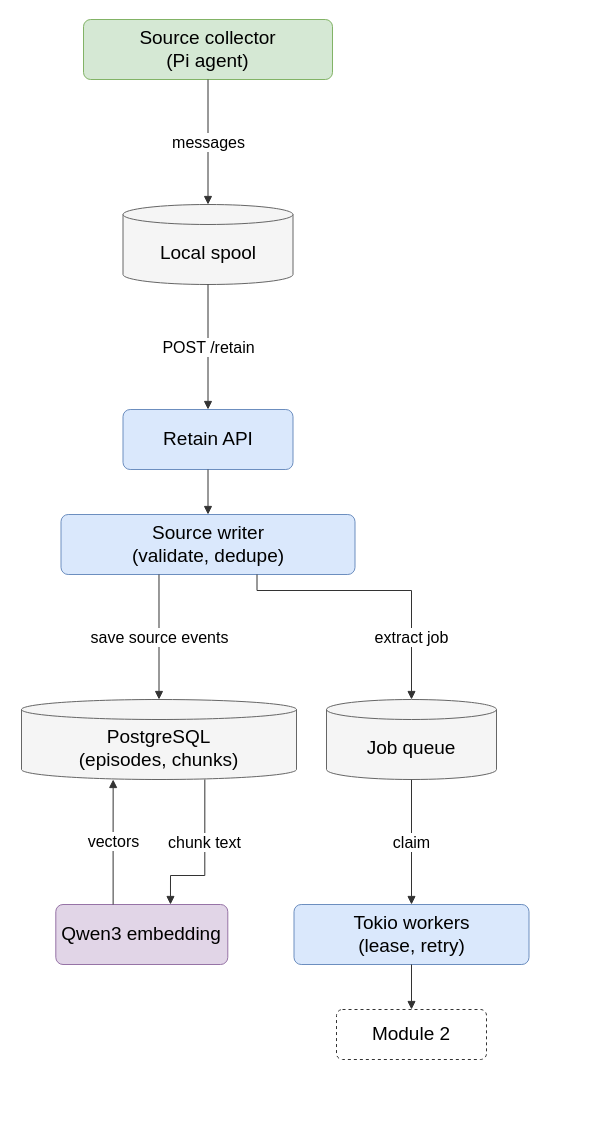
Earlier version of the draw.io diagram report/diagrams/module-1-source-acquisition.drawio (aryaniyaps/sdp-2026). Source tidied: cells renumbered, new cells numbered last; positions are measured from the earlier drawing's top-left corner, leaving out a move shared by most shapes. Both pictures are drawn from the tidied source at 100%, with x=0, y=0 at pixel (21, 19).
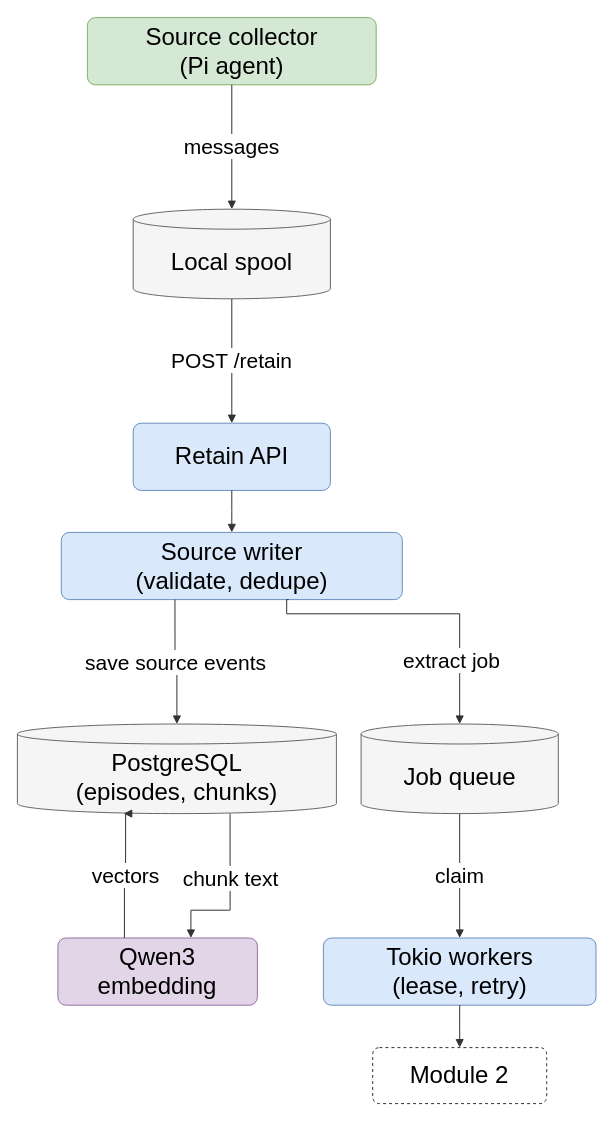
The same page after the edit.

What changed in the source:
```diff
@@
-    <mxCell id="2" value="Source collector&lt;br&gt;(Pi agent)" style="rounded=1;arcSize=12;fillColor=#d5e8d4;strokeColor=#82b366;fontSize=19;fontFamily=Helvetica;whiteSpace=wrap;html=1;" parent="1" vertex="1">
-      <mxGeometry x="62" width="249" height="60" as="geometry" />
+    <mxCell id="2" value="Source collector&lt;br&gt;(Pi agent)" style="rounded=1;arcSize=12;fillColor=#d5e8d4;strokeColor=#82b366;fontSize=24;fontFamily=Helvetica;whiteSpace=wrap;html=1;" parent="1" vertex="1">
+      <mxGeometry x="65.9" y="-1.9" width="288.8" height="67.2" as="geometry" />
     </mxCell>
-    <mxCell id="3" value="Local spool" style="shape=cylinder3;boundedLbl=1;backgroundOutline=1;size=10;fillColor=#f5f5f5;strokeColor=#666666;fontSize=19;fontFamily=Helvetica;whiteSpace=wrap;html=1;" parent="1" vertex="1">
-      <mxGeometry x="101.5" y="185" width="170" height="80" as="geometry" />
+    <mxCell id="3" value="Local spool" style="shape=cylinder3;boundedLbl=1;backgroundOutline=1;size=10;fillColor=#f5f5f5;strokeColor=#666666;fontSize=24;fontFamily=Helvetica;whiteSpace=wrap;html=1;" parent="1" vertex="1">
+      <mxGeometry x="111.7" y="189.7" width="197.2" height="89.6" as="geometry" />
     </mxCell>
-    <mxCell id="4" value="Retain API" style="rounded=1;arcSize=12;fillColor=#dae8fc;strokeColor=#6c8ebf;fontSize=19;fontFamily=Helvetica;whiteSpace=wrap;html=1;" parent="1" vertex="1">
-      <mxGeometry x="101.5" y="390" width="170" height="60" as="geometry" />
+    <mxCell id="4" value="Retain API" style="rounded=1;arcSize=12;fillColor=#dae8fc;strokeColor=#6c8ebf;fontSize=24;fontFamily=Helvetica;whiteSpace=wrap;html=1;" parent="1" vertex="1">
+      <mxGeometry x="111.7" y="403.7" width="197.2" height="67.2" as="geometry" />
     </mxCell>
-    <mxCell id="5" value="Source writer&lt;br&gt;(validate, dedupe)" style="rounded=1;arcSize=12;fillColor=#dae8fc;strokeColor=#6c8ebf;fontSize=19;fontFamily=Helvetica;whiteSpace=wrap;html=1;" parent="1" vertex="1">
-      <mxGeometry x="39.5" y="495" width="294" height="60" as="geometry" />
+    <mxCell id="5" value="Source writer&lt;br&gt;(validate, dedupe)" style="rounded=1;arcSize=12;fillColor=#dae8fc;strokeColor=#6c8ebf;fontSize=24;fontFamily=Helvetica;whiteSpace=wrap;html=1;" parent="1" vertex="1">
+      <mxGeometry x="39.8" y="512.9" width="341" height="67.2" as="geometry" />
     </mxCell>
-    <mxCell id="6" value="PostgreSQL&lt;br&gt;(episodes, chunks)" style="shape=cylinder3;boundedLbl=1;backgroundOutline=1;size=10;fillColor=#f5f5f5;strokeColor=#666666;fontSize=19;fontFamily=Helvetica;whiteSpace=wrap;html=1;" parent="1" vertex="1">
-      <mxGeometry y="680" width="275" height="80" as="geometry" />
+    <mxCell id="6" value="PostgreSQL&lt;br&gt;(episodes, chunks)" style="shape=cylinder3;boundedLbl=1;backgroundOutline=1;size=10;fillColor=#f5f5f5;strokeColor=#666666;fontSize=24;fontFamily=Helvetica;whiteSpace=wrap;html=1;" parent="1" vertex="1">
+      <mxGeometry x="-4.1" y="704.5" width="319" height="89.6" as="geometry" />
     </mxCell>
-    <mxCell id="7" value="Job queue" style="shape=cylinder3;boundedLbl=1;backgroundOutline=1;size=10;fillColor=#f5f5f5;strokeColor=#666666;fontSize=19;fontFamily=Helvetica;whiteSpace=wrap;html=1;" parent="1" vertex="1">
-      <mxGeometry x="305" y="680" width="170" height="80" as="geometry" />
+    <mxCell id="7" value="Job queue" style="shape=cylinder3;boundedLbl=1;backgroundOutline=1;size=10;fillColor=#f5f5f5;strokeColor=#666666;fontSize=24;fontFamily=Helvetica;whiteSpace=wrap;html=1;" parent="1" vertex="1">
+      <mxGeometry x="339.6" y="704.5" width="197.2" height="89.6" as="geometry" />
     </mxCell>
-    <mxCell id="8" value="Qwen3 embedding" style="rounded=1;arcSize=12;fillColor=#e1d5e7;strokeColor=#9673a6;fontSize=19;fontFamily=Helvetica;whiteSpace=wrap;html=1;" parent="1" vertex="1">
-      <mxGeometry x="34.3" y="885" width="172" height="60" as="geometry" />
+    <mxCell id="8" value="Qwen3 embedding" style="rounded=1;arcSize=12;fillColor=#e1d5e7;strokeColor=#9673a6;fontSize=24;fontFamily=Helvetica;whiteSpace=wrap;html=1;" parent="1" vertex="1">
+      <mxGeometry x="36.4" y="918.5" width="199.5" height="67.2" as="geometry" />
     </mxCell>
-    <mxCell id="9" value="Tokio workers&lt;br&gt;(lease, retry)" style="rounded=1;arcSize=12;fillColor=#dae8fc;strokeColor=#6c8ebf;fontSize=19;fontFamily=Helvetica;whiteSpace=wrap;html=1;" parent="1" vertex="1">
-      <mxGeometry x="272.5" y="885" width="235" height="60" as="geometry" />
+    <mxCell id="9" value="Tokio workers&lt;br&gt;(lease, retry)" style="rounded=1;arcSize=12;fillColor=#dae8fc;strokeColor=#6c8ebf;fontSize=24;fontFamily=Helvetica;whiteSpace=wrap;html=1;" parent="1" vertex="1">
+      <mxGeometry x="301.9" y="918.5" width="272.6" height="67.2" as="geometry" />
     </mxCell>
-    <mxCell id="10" value="Module 2" style="rounded=1;arcSize=12;dashed=1;fillColor=#ffffff;strokeColor=#333333;fontSize=19;fontFamily=Helvetica;whiteSpace=wrap;html=1;" parent="1" vertex="1">
-      <mxGeometry x="315" y="990" width="150" height="50" as="geometry" />
+    <mxCell id="10" value="Module 2" style="rounded=1;arcSize=12;dashed=1;fillColor=#ffffff;strokeColor=#333333;fontSize=24;fontFamily=Helvetica;whiteSpace=wrap;html=1;" parent="1" vertex="1">
+      <mxGeometry x="351.2" y="1028.1" width="174" height="56" as="geometry" />
     </mxCell>
-    <mxCell id="11" value="messages" style="rounded=0;html=1;endArrow=block;endFill=1;strokeColor=#333333;fontSize=16;labelBackgroundColor=#ffffff;exitX=0.5;exitY=1;entryX=0.5;entryY=0;edgeStyle=orthogonalEdgeStyle;" parent="1" edge="1" source="2" target="3">
+    <mxCell id="11" value="messages" style="rounded=0;html=1;endArrow=block;endFill=1;strokeColor=#333333;fontSize=21;labelBackgroundColor=#ffffff;exitX=0.5;exitY=1;entryX=0.5;entryY=0;edgeStyle=orthogonalEdgeStyle;" parent="1" edge="1" source="2" target="3">
       <mxGeometry relative="1" as="geometry">
         <Array as="points">
-          <mxPoint x="186.5" y="122.5" />
+          <mxPoint x="210.3" y="127.9" />
         </Array>
       </mxGeometry>
     </mxCell>
-    <mxCell id="12" value="POST /retain" style="rounded=0;html=1;endArrow=block;endFill=1;strokeColor=#333333;fontSize=16;labelBackgroundColor=#ffffff;exitX=0.5;exitY=1;entryX=0.5;entryY=0;edgeStyle=orthogonalEdgeStyle;" parent="1" edge="1" source="3" target="4">
+    <mxCell id="12" value="POST /retain" style="rounded=0;html=1;endArrow=block;endFill=1;strokeColor=#333333;fontSize=21;labelBackgroundColor=#ffffff;exitX=0.5;exitY=1;entryX=0.5;entryY=0;edgeStyle=orthogonalEdgeStyle;" parent="1" edge="1" source="3" target="4">
       <mxGeometry relative="1" as="geometry">
         <Array as="points">
-          <mxPoint x="186.5" y="327.5" />
+          <mxPoint x="210.3" y="341.1" />
         </Array>
       </mxGeometry>
     </mxCell>
-    <mxCell id="13" style="rounded=0;html=1;endArrow=block;endFill=1;strokeColor=#333333;fontSize=16;labelBackgroundColor=#ffffff;exitX=0.5;exitY=1;entryX=0.5;entryY=0;edgeStyle=orthogonalEdgeStyle;" parent="1" edge="1" source="4" target="5">
+    <mxCell id="13" style="rounded=0;html=1;endArrow=block;endFill=1;strokeColor=#333333;fontSize=21;labelBackgroundColor=#ffffff;exitX=0.5;exitY=1;entryX=0.5;entryY=0;edgeStyle=orthogonalEdgeStyle;" parent="1" edge="1" source="4" target="5">
       <mxGeometry relative="1" as="geometry">
         <Array as="points">
-          <mxPoint x="186.5" y="472.5" />
+          <mxPoint x="210.3" y="491.9" />
         </Array>
       </mxGeometry>
     </mxCell>
-    <mxCell id="14" value="save source events" style="rounded=0;html=1;endArrow=block;endFill=1;strokeColor=#333333;fontSize=16;labelBackgroundColor=#ffffff;exitX=0.3333;exitY=1;entryX=0.5;entryY=0;edgeStyle=orthogonalEdgeStyle;" parent="1" edge="1" source="5" target="6">
+    <mxCell id="14" value="save source events" style="rounded=0;html=1;endArrow=block;endFill=1;strokeColor=#333333;fontSize=21;labelBackgroundColor=#ffffff;exitX=0.3333;exitY=1;entryX=0.5;entryY=0;edgeStyle=orthogonalEdgeStyle;" parent="1" edge="1" source="5" target="6">
       <mxGeometry relative="1" as="geometry">
         <Array as="points">
-          <mxPoint x="137.5" y="617.5" />
+          <mxPoint x="155.4" y="642.7" />
         </Array>
       </mxGeometry>
     </mxCell>
-    <mxCell id="15" value="extract job" style="rounded=0;html=1;endArrow=block;endFill=1;strokeColor=#333333;fontSize=16;labelBackgroundColor=#ffffff;exitX=0.6667;exitY=1;entryX=0.5;entryY=0;edgeStyle=orthogonalEdgeStyle;" parent="1" edge="1" source="5" target="7">
+    <mxCell id="15" value="extract job" style="rounded=0;html=1;endArrow=block;endFill=1;strokeColor=#333333;fontSize=21;labelBackgroundColor=#ffffff;exitX=0.6667;exitY=1;entryX=0.5;entryY=0;edgeStyle=orthogonalEdgeStyle;" parent="1" edge="1" source="5" target="7">
       <mxGeometry relative="1" as="geometry">
         <Array as="points">
-          <mxPoint x="235.5" y="571" />
-          <mxPoint x="390" y="571" />
+          <mxPoint x="265.2" y="594.3" />
+          <mxPoint x="438.2" y="594.3" />
         </Array>
         <mxPoint x="30.8" y="46.5" as="offset" />
       </mxGeometry>
     </mxCell>
-    <mxCell id="16" value="chunk text" style="rounded=0;html=1;endArrow=block;endFill=1;strokeColor=#333333;fontSize=16;labelBackgroundColor=#ffffff;exitX=0.6667;exitY=1;entryX=0.6667;entryY=0;edgeStyle=orthogonalEdgeStyle;" parent="1" edge="1" source="6" target="8">
+    <mxCell id="16" value="chunk text" style="rounded=0;html=1;endArrow=block;endFill=1;strokeColor=#333333;fontSize=21;labelBackgroundColor=#ffffff;exitX=0.6667;exitY=1;entryX=0.6667;entryY=0;edgeStyle=orthogonalEdgeStyle;" parent="1" edge="1" source="6" target="8">
       <mxGeometry relative="1" as="geometry">
         <Array as="points">
-          <mxPoint x="183.3" y="856" />
-          <mxPoint x="149" y="856" />
+          <mxPoint x="206.8" y="890.7" />
+          <mxPoint x="168.3" y="890.7" />
         </Array>
         <mxPoint y="-17.2" as="offset" />
       </mxGeometry>
     </mxCell>
-    <mxCell id="17" value="vectors" style="rounded=0;html=1;endArrow=block;endFill=1;strokeColor=#333333;fontSize=16;labelBackgroundColor=#ffffff;exitX=0.3334;exitY=0;entryX=0.3333;entryY=1;edgeStyle=orthogonalEdgeStyle;" parent="1" edge="1" source="8" target="6">
+    <mxCell id="17" value="vectors" style="rounded=0;html=1;endArrow=block;endFill=1;strokeColor=#333333;fontSize=21;labelBackgroundColor=#ffffff;exitX=0.3334;exitY=0;entryX=0.3333;entryY=1;edgeStyle=orthogonalEdgeStyle;" parent="1" edge="1" source="8" target="6">
       <mxGeometry relative="1" as="geometry">
         <Array as="points">
-          <mxPoint x="91.7" y="822.5" />
+          <mxPoint x="104.1" y="855.9" />
         </Array>
       </mxGeometry>
     </mxCell>
-    <mxCell id="18" value="claim" style="rounded=0;html=1;endArrow=block;endFill=1;strokeColor=#333333;fontSize=16;labelBackgroundColor=#ffffff;exitX=0.5;exitY=1;entryX=0.5;entryY=0;edgeStyle=orthogonalEdgeStyle;" parent="1" edge="1" source="7" target="9">
+    <mxCell id="18" value="claim" style="rounded=0;html=1;endArrow=block;endFill=1;strokeColor=#333333;fontSize=21;labelBackgroundColor=#ffffff;exitX=0.5;exitY=1;entryX=0.5;entryY=0;edgeStyle=orthogonalEdgeStyle;" parent="1" edge="1" source="7" target="9">
       <mxGeometry relative="1" as="geometry">
         <Array as="points">
-          <mxPoint x="390" y="822.5" />
+          <mxPoint x="438.2" y="855.9" />
         </Array>
       </mxGeometry>
     </mxCell>
-    <mxCell id="19" style="rounded=0;html=1;endArrow=block;endFill=1;strokeColor=#333333;fontSize=16;labelBackgroundColor=#ffffff;exitX=0.5;exitY=1;entryX=0.5;entryY=0;edgeStyle=orthogonalEdgeStyle;" parent="1" edge="1" source="9" target="10">
+    <mxCell id="19" style="rounded=0;html=1;endArrow=block;endFill=1;strokeColor=#333333;fontSize=21;labelBackgroundColor=#ffffff;exitX=0.5;exitY=1;entryX=0.5;entryY=0;edgeStyle=orthogonalEdgeStyle;" parent="1" edge="1" source="9" target="10">
       <mxGeometry relative="1" as="geometry">
         <Array as="points">
-          <mxPoint x="390" y="967.5" />
+          <mxPoint x="438.2" y="1006.7" />
         </Array>
       </mxGeometry>
     </mxCell>
```
